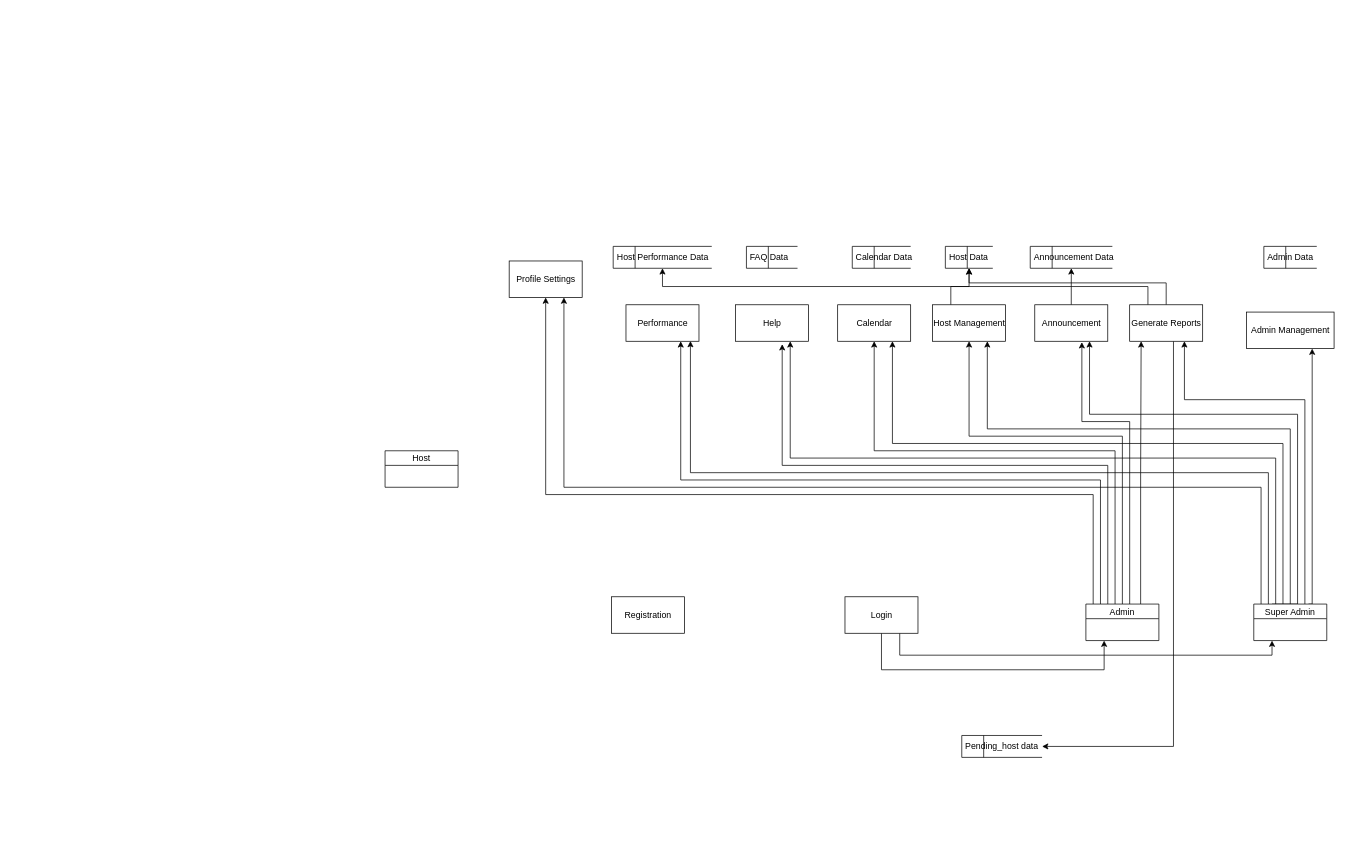
This is Untitled Diagram.drawio from kathmrcdo/tiktoknation, a draw.io file, before an edit. Source tidied: cells renumbered, new cells numbered last; positions are measured from the earlier drawing's top-left corner, leaving out a move shared by most shapes. Both pictures are drawn from the tidied source at 73%, with x=0, y=0 at pixel (385, 246).
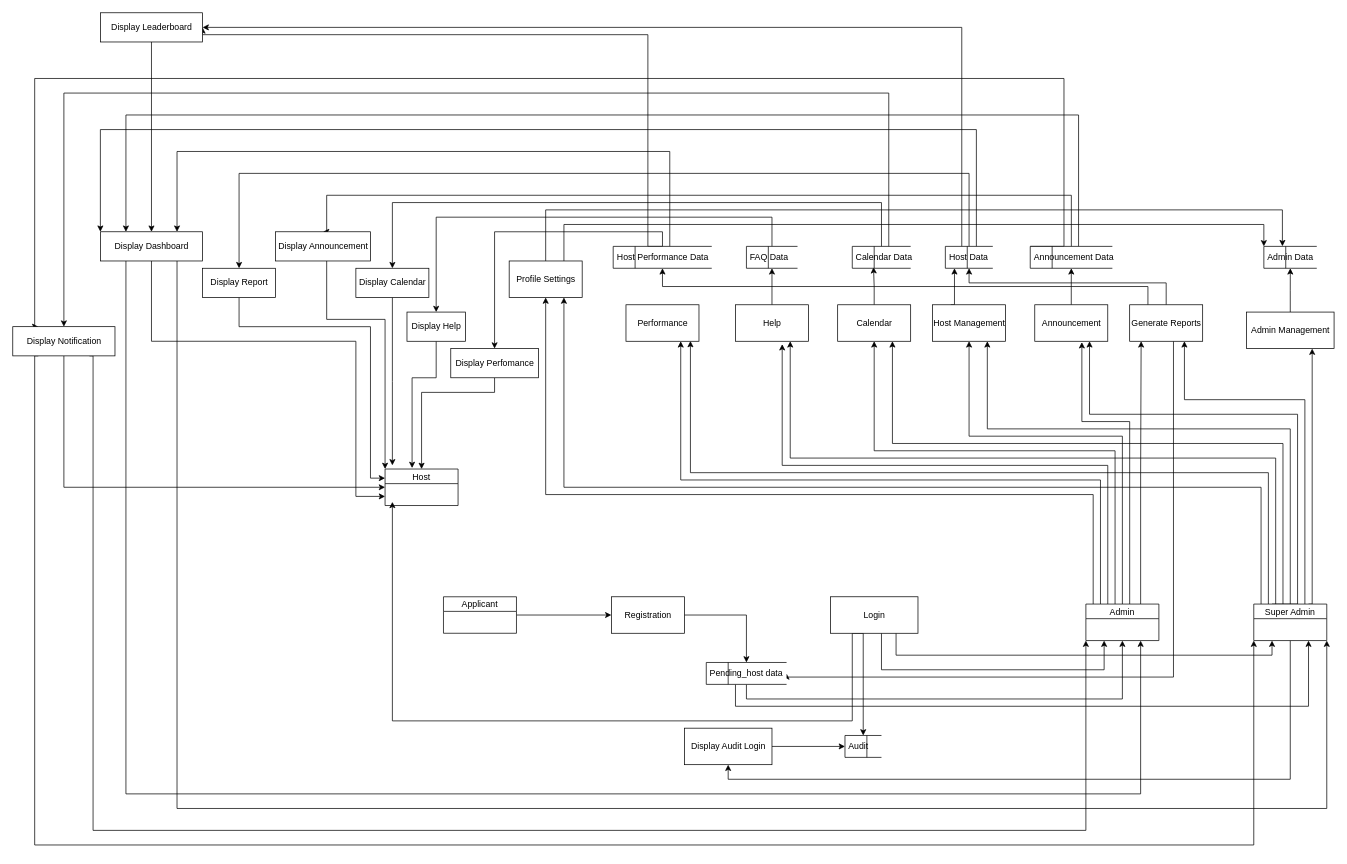
The same page after the edit.

The change refers to these unchanged cells:
```xml
<mxCell id="13" value="Admin" style="swimlane;fontStyle=0;horizontal=1;startSize=20;fillColor=#ffffff;swimlaneFillColor=#ffffff;" parent="1" vertex="1">
  <mxGeometry x="960" y="490" width="100" height="50" as="geometry" />
</mxCell>
<mxCell id="22" value="Super Admin" style="swimlane;fontStyle=0;horizontal=1;startSize=20;fillColor=#ffffff;swimlaneFillColor=#ffffff;" parent="1" vertex="1">
  <mxGeometry x="1190" y="490" width="100" height="50" as="geometry" />
</mxCell>
<mxCell id="23" value="Registration" style="html=1;dashed=0;whitespace=wrap;" parent="1" vertex="1">
  <mxGeometry x="310" y="480" width="100" height="50" as="geometry" />
</mxCell>
<mxCell id="25" value="Host Management" style="html=1;dashed=0;whitespace=wrap;" parent="1" vertex="1">
  <mxGeometry x="750" y="80" width="100" height="50" as="geometry" />
</mxCell>
<mxCell id="27" value="Help" style="html=1;dashed=0;whitespace=wrap;" parent="1" vertex="1">
  <mxGeometry x="480" y="80" width="100" height="50" as="geometry" />
</mxCell>
<mxCell id="28" value="Calendar" style="html=1;dashed=0;whitespace=wrap;" parent="1" vertex="1">
  <mxGeometry x="620" y="80" width="100" height="50" as="geometry" />
</mxCell>
<mxCell id="34" value="Generate Reports" style="html=1;dashed=0;whitespace=wrap;" parent="1" vertex="1">
  <mxGeometry x="1020" y="80" width="100" height="50" as="geometry" />
</mxCell>
<mxCell id="35" value="Admin Management" style="html=1;dashed=0;whitespace=wrap;" parent="1" vertex="1">
  <mxGeometry x="1180" y="90" width="120" height="50" as="geometry" />
</mxCell>
<mxCell id="36" value="Profile Settings" style="html=1;dashed=0;whitespace=wrap;" parent="1" vertex="1">
  <mxGeometry x="170" y="20" width="100" height="50" as="geometry" />
</mxCell>
<mxCell id="37" value="&lt;font color=&quot;#000000&quot;&gt;Host Performance Data&lt;br&gt;&lt;/font&gt;" style="html=1;dashed=0;whitespace=wrap;shape=mxgraph.dfd.dataStoreID;align=left;spacingLeft=3;points=[[0,0],[0.5,0],[1,0],[0,0.5],[1,0.5],[0,1],[0.5,1],[1,1]];fontColor=#FF0000;" parent="1" vertex="1">
  <mxGeometry x="312.5" width="135" height="30" as="geometry" />
</mxCell>
<mxCell id="38" value="&lt;font color=&quot;#000000&quot;&gt;Host Data&lt;br&gt;&lt;/font&gt;" style="html=1;dashed=0;whitespace=wrap;shape=mxgraph.dfd.dataStoreID;align=left;spacingLeft=3;points=[[0,0],[0.5,0],[1,0],[0,0.5],[1,0.5],[0,1],[0.5,1],[1,1]];fontColor=#FF0000;" parent="1" vertex="1">
  <mxGeometry x="767.5" width="65" height="30" as="geometry" />
</mxCell>
<mxCell id="39" value="Calendar Data" style="html=1;dashed=0;whitespace=wrap;shape=mxgraph.dfd.dataStoreID;align=left;spacingLeft=3;points=[[0,0],[0.5,0],[1,0],[0,0.5],[1,0.5],[0,1],[0.5,1],[1,1]];fontColor=#000000;" parent="1" vertex="1">
  <mxGeometry x="640" width="80" height="30" as="geometry" />
</mxCell>
<mxCell id="40" value="&lt;font color=&quot;#000000&quot;&gt;FAQ Data&lt;br&gt;&lt;/font&gt;" style="html=1;dashed=0;whitespace=wrap;shape=mxgraph.dfd.dataStoreID;align=left;spacingLeft=3;points=[[0,0],[0.5,0],[1,0],[0,0.5],[1,0.5],[0,1],[0.5,1],[1,1]];fontColor=#FF0000;" parent="1" vertex="1">
  <mxGeometry x="495" width="70" height="30" as="geometry" />
</mxCell>
<mxCell id="41" value="&lt;font color=&quot;#000000&quot;&gt;Announcement Data&lt;br&gt;&lt;/font&gt;" style="html=1;dashed=0;whitespace=wrap;shape=mxgraph.dfd.dataStoreID;align=left;spacingLeft=3;points=[[0,0],[0.5,0],[1,0],[0,0.5],[1,0.5],[0,1],[0.5,1],[1,1]];fontColor=#FF0000;" parent="1" vertex="1">
  <mxGeometry x="883.8" width="112.5" height="30" as="geometry" />
</mxCell>
<mxCell id="42" value="&lt;font color=&quot;#000000&quot;&gt;Admin Data&lt;br&gt;&lt;/font&gt;" style="html=1;dashed=0;whitespace=wrap;shape=mxgraph.dfd.dataStoreID;align=left;spacingLeft=3;points=[[0,0],[0.5,0],[1,0],[0,0.5],[1,0.5],[0,1],[0.5,1],[1,1]];fontColor=#FF0000;" parent="1" vertex="1">
  <mxGeometry x="1203.8" width="72.5" height="30" as="geometry" />
</mxCell>
```

Change to the diagram source:
```diff
@@
     <mxCell id="2" value="Host" style="swimlane;fontStyle=0;horizontal=1;startSize=20;fillColor=#ffffff;swimlaneFillColor=#ffffff;" parent="1" vertex="1">
-      <mxGeometry y="280" width="100" height="50" as="geometry" />
+      <mxGeometry y="305" width="100" height="50" as="geometry" />
     </mxCell>
@@
+    <mxCell id="44" style="edgeStyle=orthogonalEdgeStyle;rounded=0;jettySize=auto;html=1;exitX=0.25;exitY=1;exitDx=0;exitDy=0;labelBorderColor=default;fontColor=#000000;" parent="1" edge="1" source="5" target="67">
+      <mxGeometry relative="1" as="geometry">
+        <Array as="points">
+          <mxPoint x="655" y="530" />
+        </Array>
+      </mxGeometry>
+    </mxCell>
+    <mxCell id="45" style="edgeStyle=orthogonalEdgeStyle;rounded=0;jettySize=auto;html=1;exitX=0.25;exitY=1;exitDx=0;exitDy=0;labelBorderColor=default;fontColor=#000000;" parent="1" edge="1" source="5">
+      <mxGeometry relative="1" as="geometry">
+        <mxPoint x="10" y="350" as="targetPoint" />
+        <Array as="points">
+          <mxPoint x="640" y="650" />
+          <mxPoint x="10" y="650" />
+        </Array>
+      </mxGeometry>
+    </mxCell>
     <mxCell id="5" value="Login" style="html=1;dashed=0;whitespace=wrap;" parent="1" vertex="1">
-      <mxGeometry x="630" y="480" width="100" height="50" as="geometry" />
+      <mxGeometry x="610" y="480" width="120" height="50" as="geometry" />
     </mxCell>
@@
+    <mxCell id="46" style="edgeStyle=orthogonalEdgeStyle;rounded=0;jettySize=auto;html=1;exitX=0.5;exitY=1;exitDx=0;exitDy=0;entryX=0.5;entryY=1;entryDx=0;entryDy=0;labelBorderColor=default;fontColor=#000000;" parent="1" edge="1" source="22" target="69">
+      <mxGeometry relative="1" as="geometry" />
+    </mxCell>
@@
+    <mxCell id="47" style="edgeStyle=orthogonalEdgeStyle;rounded=0;jettySize=auto;html=1;labelBorderColor=default;fontColor=#000000;" parent="1" edge="1" source="23" target="43">
+      <mxGeometry relative="1" as="geometry" />
+    </mxCell>
@@
     <mxCell id="24" style="edgeStyle=orthogonalEdgeStyle;rounded=0;jettySize=auto;html=1;exitX=0.25;exitY=0;exitDx=0;exitDy=0;labelBorderColor=default;fontColor=#000000;" parent="1" edge="1" source="25" target="38">
-      <mxGeometry relative="1" as="geometry" />
+      <mxGeometry relative="1" as="geometry">
+        <Array as="points">
+          <mxPoint x="780" y="80" />
+        </Array>
+      </mxGeometry>
     </mxCell>
@@
+    <mxCell id="48" style="edgeStyle=orthogonalEdgeStyle;rounded=0;jettySize=auto;html=1;entryX=0.5;entryY=1;entryDx=0;entryDy=0;labelBorderColor=default;fontColor=#000000;" parent="1" edge="1" source="27" target="40">
+      <mxGeometry relative="1" as="geometry" />
+    </mxCell>
@@
+    <mxCell id="49" style="edgeStyle=orthogonalEdgeStyle;rounded=0;jettySize=auto;html=1;entryX=0.364;entryY=0.952;entryDx=0;entryDy=0;entryPerimeter=0;labelBorderColor=default;fontColor=#000000;" parent="1" edge="1" source="28" target="39">
+      <mxGeometry relative="1" as="geometry" />
+    </mxCell>
@@
     <mxCell id="32" style="edgeStyle=orthogonalEdgeStyle;rounded=0;jettySize=auto;html=1;labelBorderColor=default;fontColor=#000000;entryX=1;entryY=0.5;entryDx=0;entryDy=0;" parent="1" edge="1" source="34" target="43">
       <mxGeometry relative="1" as="geometry">
         <Array as="points">
-          <mxPoint x="1080" y="685" />
+          <mxPoint x="1080" y="590" />
+          <mxPoint x="550" y="590" />
         </Array>
       </mxGeometry>
     </mxCell>
@@
+    <mxCell id="50" style="edgeStyle=orthogonalEdgeStyle;rounded=0;jettySize=auto;html=1;entryX=0.5;entryY=1;entryDx=0;entryDy=0;labelBorderColor=default;fontColor=#000000;" parent="1" edge="1" source="35" target="42">
+      <mxGeometry relative="1" as="geometry" />
+    </mxCell>
@@
+    <mxCell id="51" style="edgeStyle=orthogonalEdgeStyle;rounded=0;jettySize=auto;html=1;entryX=0.351;entryY=-0.007;entryDx=0;entryDy=0;entryPerimeter=0;labelBorderColor=default;fontColor=#000000;" parent="1" edge="1" source="36" target="42">
+      <mxGeometry relative="1" as="geometry">
+        <Array as="points">
+          <mxPoint x="220" y="-50" />
+          <mxPoint x="1229" y="-50" />
+        </Array>
+      </mxGeometry>
+    </mxCell>
+    <mxCell id="52" style="edgeStyle=orthogonalEdgeStyle;rounded=0;jettySize=auto;html=1;exitX=0.75;exitY=0;exitDx=0;exitDy=0;entryX=0;entryY=0;entryDx=0;entryDy=0;labelBorderColor=default;fontColor=#000000;" parent="1" edge="1" source="36" target="42">
+      <mxGeometry relative="1" as="geometry">
+        <Array as="points">
+          <mxPoint x="245" y="-30" />
+          <mxPoint x="1204" y="-30" />
+        </Array>
+      </mxGeometry>
+    </mxCell>
@@
+    <mxCell id="53" style="edgeStyle=orthogonalEdgeStyle;rounded=0;jettySize=auto;html=1;exitX=0.5;exitY=0;exitDx=0;exitDy=0;entryX=0.5;entryY=0;entryDx=0;entryDy=0;labelBorderColor=default;fontColor=#000000;" parent="1" edge="1" source="37" target="75">
+      <mxGeometry relative="1" as="geometry" />
+    </mxCell>
+    <mxCell id="54" style="edgeStyle=orthogonalEdgeStyle;rounded=0;jettySize=auto;html=1;entryX=0.75;entryY=0;entryDx=0;entryDy=0;labelBorderColor=default;fontColor=#000000;" parent="1" edge="1" source="37" target="83">
+      <mxGeometry relative="1" as="geometry">
+        <Array as="points">
+          <mxPoint x="390" y="-130" />
+          <mxPoint x="-285" y="-130" />
+        </Array>
+      </mxGeometry>
+    </mxCell>
+    <mxCell id="55" style="edgeStyle=orthogonalEdgeStyle;rounded=0;jettySize=auto;html=1;exitX=0.5;exitY=0;exitDx=0;exitDy=0;entryX=1;entryY=0.5;entryDx=0;entryDy=0;labelBorderColor=default;fontColor=#000000;" parent="1" edge="1" source="37" target="91">
+      <mxGeometry relative="1" as="geometry">
+        <Array as="points">
+          <mxPoint x="360" />
+          <mxPoint x="360" y="-290" />
+          <mxPoint x="-250" y="-290" />
+        </Array>
+      </mxGeometry>
+    </mxCell>
@@
+    <mxCell id="56" style="edgeStyle=orthogonalEdgeStyle;rounded=0;jettySize=auto;html=1;entryX=0.5;entryY=0;entryDx=0;entryDy=0;labelBorderColor=default;fontColor=#000000;" parent="1" edge="1" source="38" target="79">
+      <mxGeometry relative="1" as="geometry">
+        <Array as="points">
+          <mxPoint x="800" y="-100" />
+          <mxPoint x="-200" y="-100" />
+        </Array>
+      </mxGeometry>
+    </mxCell>
+    <mxCell id="57" style="edgeStyle=orthogonalEdgeStyle;rounded=0;jettySize=auto;html=1;entryX=0;entryY=0;entryDx=0;entryDy=0;labelBorderColor=default;fontColor=#000000;" parent="1" edge="1" source="38" target="83">
+      <mxGeometry relative="1" as="geometry">
+        <Array as="points">
+          <mxPoint x="810" y="-160" />
+          <mxPoint x="-390" y="-160" />
+        </Array>
+      </mxGeometry>
+    </mxCell>
+    <mxCell id="58" style="edgeStyle=orthogonalEdgeStyle;rounded=0;jettySize=auto;html=1;entryX=1;entryY=0.5;entryDx=0;entryDy=0;labelBorderColor=default;fontColor=#000000;" parent="1" edge="1" source="38" target="91">
+      <mxGeometry relative="1" as="geometry">
+        <Array as="points">
+          <mxPoint x="790" y="-300" />
+        </Array>
+      </mxGeometry>
+    </mxCell>
@@
+    <mxCell id="59" style="edgeStyle=orthogonalEdgeStyle;rounded=0;jettySize=auto;html=1;entryX=0.5;entryY=0;entryDx=0;entryDy=0;labelBorderColor=default;fontColor=#000000;" parent="1" edge="1" source="39" target="71">
+      <mxGeometry relative="1" as="geometry">
+        <Array as="points">
+          <mxPoint x="680" y="-60" />
+          <mxPoint x="10" y="-60" />
+        </Array>
+      </mxGeometry>
+    </mxCell>
+    <mxCell id="60" style="edgeStyle=orthogonalEdgeStyle;rounded=0;jettySize=auto;html=1;entryX=0.5;entryY=0;entryDx=0;entryDy=0;labelBorderColor=default;fontColor=#000000;" parent="1" edge="1" source="39" target="89">
+      <mxGeometry relative="1" as="geometry">
+        <Array as="points">
+          <mxPoint x="690" y="-210" />
+          <mxPoint x="-440" y="-210" />
+        </Array>
+      </mxGeometry>
+    </mxCell>
@@
+    <mxCell id="61" style="edgeStyle=orthogonalEdgeStyle;rounded=0;jettySize=auto;html=1;entryX=0.5;entryY=0;entryDx=0;entryDy=0;labelBorderColor=default;fontColor=#000000;" parent="1" edge="1" source="40" target="73">
+      <mxGeometry relative="1" as="geometry">
+        <Array as="points">
+          <mxPoint x="530" y="-40" />
+          <mxPoint x="70" y="-40" />
+        </Array>
+      </mxGeometry>
+    </mxCell>
@@
+    <mxCell id="62" style="edgeStyle=orthogonalEdgeStyle;rounded=0;jettySize=auto;html=1;entryX=0.5;entryY=0;entryDx=0;entryDy=0;labelBorderColor=default;fontColor=#000000;" parent="1" edge="1" source="41" target="77">
+      <mxGeometry relative="1" as="geometry">
+        <Array as="points">
+          <mxPoint x="940" y="-70" />
+          <mxPoint x="-80" y="-70" />
+          <mxPoint x="-80" y="-20" />
+        </Array>
+      </mxGeometry>
+    </mxCell>
+    <mxCell id="63" style="edgeStyle=orthogonalEdgeStyle;rounded=0;jettySize=auto;html=1;entryX=0.25;entryY=0;entryDx=0;entryDy=0;labelBorderColor=default;fontColor=#000000;" parent="1" edge="1" source="41" target="83">
+      <mxGeometry relative="1" as="geometry">
+        <Array as="points">
+          <mxPoint x="950" y="-180" />
+          <mxPoint x="-355" y="-180" />
+        </Array>
+      </mxGeometry>
+    </mxCell>
+    <mxCell id="64" style="edgeStyle=orthogonalEdgeStyle;rounded=0;jettySize=auto;html=1;exitX=0;exitY=0;exitDx=0;exitDy=0;entryX=0.25;entryY=0;entryDx=0;entryDy=0;labelBorderColor=default;fontColor=#000000;" parent="1" edge="1" source="41" target="89">
+      <mxGeometry relative="1" as="geometry">
+        <Array as="points">
+          <mxPoint x="930" />
+          <mxPoint x="930" y="-230" />
+          <mxPoint x="-480" y="-230" />
+          <mxPoint x="-480" y="110" />
+        </Array>
+      </mxGeometry>
+    </mxCell>
@@
+    <mxCell id="65" style="edgeStyle=orthogonalEdgeStyle;rounded=0;jettySize=auto;html=1;entryX=0.5;entryY=1;entryDx=0;entryDy=0;labelBorderColor=default;fontColor=#000000;" parent="1" edge="1" source="43" target="13">
+      <mxGeometry relative="1" as="geometry">
+        <Array as="points">
+          <mxPoint x="495" y="620" />
+          <mxPoint x="1010" y="620" />
+        </Array>
+      </mxGeometry>
+    </mxCell>
+    <mxCell id="66" style="edgeStyle=orthogonalEdgeStyle;rounded=0;jettySize=auto;html=1;entryX=0.75;entryY=1;entryDx=0;entryDy=0;labelBorderColor=default;fontColor=#000000;" parent="1" edge="1" source="43" target="22">
+      <mxGeometry relative="1" as="geometry">
+        <Array as="points">
+          <mxPoint x="480" y="630" />
+          <mxPoint x="1265" y="630" />
+        </Array>
+      </mxGeometry>
+    </mxCell>
     <mxCell id="43" value="Pending_host data" style="html=1;dashed=0;whitespace=wrap;shape=mxgraph.dfd.dataStoreID;align=left;spacingLeft=3;points=[[0,0],[0.5,0],[1,0],[0,0.5],[1,0.5],[0,1],[0.5,1],[1,1]];fontColor=#000000;" parent="1" vertex="1">
-      <mxGeometry x="790" y="670" width="110" height="30" as="geometry" />
+      <mxGeometry x="440" y="570" width="110" height="30" as="geometry" />
     </mxCell>
+    <mxCell id="67" value="Audit" style="html=1;dashed=0;whitespace=wrap;shape=mxgraph.dfd.dataStoreID;align=left;spacingLeft=3;points=[[0,0],[0.5,0],[1,0],[0,0.5],[1,0.5],[0,1],[0.5,1],[1,1]];fontColor=#000000;" parent="1" vertex="1">
+      <mxGeometry x="630" y="670" width="50" height="30" as="geometry" />
+    </mxCell>
+    <mxCell id="68" style="edgeStyle=orthogonalEdgeStyle;rounded=0;jettySize=auto;html=1;entryX=0;entryY=0.5;entryDx=0;entryDy=0;labelBorderColor=default;fontColor=#000000;" parent="1" edge="1" source="69" target="67">
+      <mxGeometry relative="1" as="geometry" />
+    </mxCell>
+    <mxCell id="69" value="Display Audit Login" style="html=1;dashed=0;whitespace=wrap;" parent="1" vertex="1">
+      <mxGeometry x="410" y="660" width="120" height="50" as="geometry" />
+    </mxCell>
+    <mxCell id="70" style="edgeStyle=orthogonalEdgeStyle;rounded=0;jettySize=auto;html=1;labelBorderColor=default;fontColor=#000000;" parent="1" edge="1" source="71">
+      <mxGeometry relative="1" as="geometry">
+        <mxPoint x="10" y="300" as="targetPoint" />
+      </mxGeometry>
+    </mxCell>
+    <mxCell id="71" value="Display Calendar " style="html=1;dashed=0;whitespace=wrap;fontColor=#000000;" parent="1" vertex="1">
+      <mxGeometry x="-40" y="30" width="100" height="40" as="geometry" />
+    </mxCell>
+    <mxCell id="72" style="edgeStyle=orthogonalEdgeStyle;rounded=0;jettySize=auto;html=1;exitX=0.5;exitY=1;exitDx=0;exitDy=0;entryX=0.37;entryY=-0.027;entryDx=0;entryDy=0;entryPerimeter=0;labelBorderColor=default;fontColor=#000000;" parent="1" edge="1" source="73" target="2">
+      <mxGeometry relative="1" as="geometry">
+        <Array as="points">
+          <mxPoint x="70" y="180" />
+          <mxPoint x="37" y="180" />
+        </Array>
+      </mxGeometry>
+    </mxCell>
+    <mxCell id="73" value="Display Help " style="html=1;dashed=0;whitespace=wrap;fontColor=#000000;" parent="1" vertex="1">
+      <mxGeometry x="30" y="90" width="80" height="40" as="geometry" />
+    </mxCell>
+    <mxCell id="74" style="edgeStyle=orthogonalEdgeStyle;rounded=0;jettySize=auto;html=1;entryX=0.5;entryY=0;entryDx=0;entryDy=0;labelBorderColor=default;fontColor=#000000;" parent="1" edge="1" source="75" target="2">
+      <mxGeometry relative="1" as="geometry">
+        <Array as="points">
+          <mxPoint x="150" y="200" />
+          <mxPoint x="50" y="200" />
+        </Array>
+      </mxGeometry>
+    </mxCell>
+    <mxCell id="75" value="Display Perfomance " style="html=1;dashed=0;whitespace=wrap;fontColor=#000000;" parent="1" vertex="1">
+      <mxGeometry x="90" y="140" width="120" height="40" as="geometry" />
+    </mxCell>
+    <mxCell id="76" style="edgeStyle=orthogonalEdgeStyle;rounded=0;jettySize=auto;html=1;entryX=0;entryY=0;entryDx=0;entryDy=0;labelBorderColor=default;fontColor=#000000;" parent="1" edge="1" source="77" target="2">
+      <mxGeometry relative="1" as="geometry">
+        <Array as="points">
+          <mxPoint x="-80" y="100" />
+          <mxPoint y="100" />
+        </Array>
+      </mxGeometry>
+    </mxCell>
+    <mxCell id="77" value="Display Announcement " style="html=1;dashed=0;whitespace=wrap;fontColor=#000000;" parent="1" vertex="1">
+      <mxGeometry x="-150" y="-20" width="130" height="40" as="geometry" />
+    </mxCell>
+    <mxCell id="78" style="edgeStyle=orthogonalEdgeStyle;rounded=0;jettySize=auto;html=1;entryX=0;entryY=0.25;entryDx=0;entryDy=0;labelBorderColor=default;fontColor=#000000;" parent="1" edge="1" source="79" target="2">
+      <mxGeometry relative="1" as="geometry">
+        <Array as="points">
+          <mxPoint x="-200" y="110" />
+          <mxPoint x="-20" y="110" />
+          <mxPoint x="-20" y="318" />
+        </Array>
+      </mxGeometry>
+    </mxCell>
+    <mxCell id="79" value="Display Report " style="html=1;dashed=0;whitespace=wrap;fontColor=#000000;" parent="1" vertex="1">
+      <mxGeometry x="-250" y="30" width="100" height="40" as="geometry" />
+    </mxCell>
+    <mxCell id="80" style="edgeStyle=orthogonalEdgeStyle;rounded=0;jettySize=auto;html=1;entryX=0;entryY=0.75;entryDx=0;entryDy=0;labelBorderColor=default;fontColor=#000000;" parent="1" edge="1" source="83" target="2">
+      <mxGeometry relative="1" as="geometry">
+        <Array as="points">
+          <mxPoint x="-320" y="130" />
+          <mxPoint x="-40" y="130" />
+          <mxPoint x="-40" y="342" />
+        </Array>
+      </mxGeometry>
+    </mxCell>
+    <mxCell id="81" style="edgeStyle=orthogonalEdgeStyle;rounded=0;jettySize=auto;html=1;exitX=0.25;exitY=1;exitDx=0;exitDy=0;entryX=0.75;entryY=1;entryDx=0;entryDy=0;labelBorderColor=default;fontColor=#000000;" parent="1" edge="1" source="83" target="13">
+      <mxGeometry relative="1" as="geometry">
+        <Array as="points">
+          <mxPoint x="-355" y="750" />
+          <mxPoint x="1035" y="750" />
+        </Array>
+      </mxGeometry>
+    </mxCell>
+    <mxCell id="82" style="edgeStyle=orthogonalEdgeStyle;rounded=0;jettySize=auto;html=1;exitX=0.75;exitY=1;exitDx=0;exitDy=0;entryX=1;entryY=1;entryDx=0;entryDy=0;labelBorderColor=default;fontColor=#000000;" parent="1" edge="1" source="83" target="22">
+      <mxGeometry relative="1" as="geometry">
+        <Array as="points">
+          <mxPoint x="-285" y="770" />
+          <mxPoint x="1290" y="770" />
+        </Array>
+      </mxGeometry>
+    </mxCell>
+    <mxCell id="83" value="Display Dashboard " style="html=1;dashed=0;whitespace=wrap;fontColor=#000000;" parent="1" vertex="1">
+      <mxGeometry x="-390" y="-20" width="140" height="40" as="geometry" />
+    </mxCell>
+    <mxCell id="84" style="edgeStyle=orthogonalEdgeStyle;rounded=0;jettySize=auto;html=1;entryX=0;entryY=0.5;entryDx=0;entryDy=0;labelBorderColor=default;fontColor=#000000;" parent="1" edge="1" source="85" target="23">
+      <mxGeometry relative="1" as="geometry" />
+    </mxCell>
+    <mxCell id="85" value="Applicant" style="swimlane;fontStyle=0;horizontal=1;startSize=20;fillColor=#ffffff;swimlaneFillColor=#ffffff;" parent="1" vertex="1">
+      <mxGeometry x="80" y="480" width="100" height="50" as="geometry" />
+    </mxCell>
+    <mxCell id="86" style="edgeStyle=orthogonalEdgeStyle;rounded=0;jettySize=auto;html=1;entryX=0;entryY=0.5;entryDx=0;entryDy=0;labelBorderColor=default;fontColor=#000000;" parent="1" edge="1" source="89" target="2">
+      <mxGeometry relative="1" as="geometry">
+        <Array as="points">
+          <mxPoint x="-440" y="330" />
+        </Array>
+      </mxGeometry>
+    </mxCell>
+    <mxCell id="87" style="edgeStyle=orthogonalEdgeStyle;rounded=0;jettySize=auto;html=1;exitX=0.75;exitY=1;exitDx=0;exitDy=0;entryX=0;entryY=1;entryDx=0;entryDy=0;labelBorderColor=default;fontColor=#000000;" parent="1" edge="1" source="89" target="13">
+      <mxGeometry relative="1" as="geometry">
+        <Array as="points">
+          <mxPoint x="-400" y="150" />
+          <mxPoint x="-400" y="800" />
+          <mxPoint x="960" y="800" />
+        </Array>
+      </mxGeometry>
+    </mxCell>
+    <mxCell id="88" style="edgeStyle=orthogonalEdgeStyle;rounded=0;jettySize=auto;html=1;exitX=0.25;exitY=1;exitDx=0;exitDy=0;entryX=0;entryY=1;entryDx=0;entryDy=0;labelBorderColor=default;fontColor=#000000;" parent="1" edge="1" source="89" target="22">
+      <mxGeometry relative="1" as="geometry">
+        <Array as="points">
+          <mxPoint x="-480" y="150" />
+          <mxPoint x="-480" y="820" />
+          <mxPoint x="1190" y="820" />
+        </Array>
+      </mxGeometry>
+    </mxCell>
+    <mxCell id="89" value="Display Notification " style="html=1;dashed=0;whitespace=wrap;fontColor=#000000;" parent="1" vertex="1">
+      <mxGeometry x="-510" y="110" width="140" height="40" as="geometry" />
+    </mxCell>
+    <mxCell id="90" style="edgeStyle=orthogonalEdgeStyle;rounded=0;jettySize=auto;html=1;entryX=0.5;entryY=0;entryDx=0;entryDy=0;labelBorderColor=default;fontColor=#000000;" parent="1" edge="1" source="91" target="83">
+      <mxGeometry relative="1" as="geometry" />
+    </mxCell>
+    <mxCell id="91" value="Display Leaderboard " style="html=1;dashed=0;whitespace=wrap;fontColor=#000000;" parent="1" vertex="1">
+      <mxGeometry x="-390" y="-320" width="140" height="40" as="geometry" />
+    </mxCell>
```
